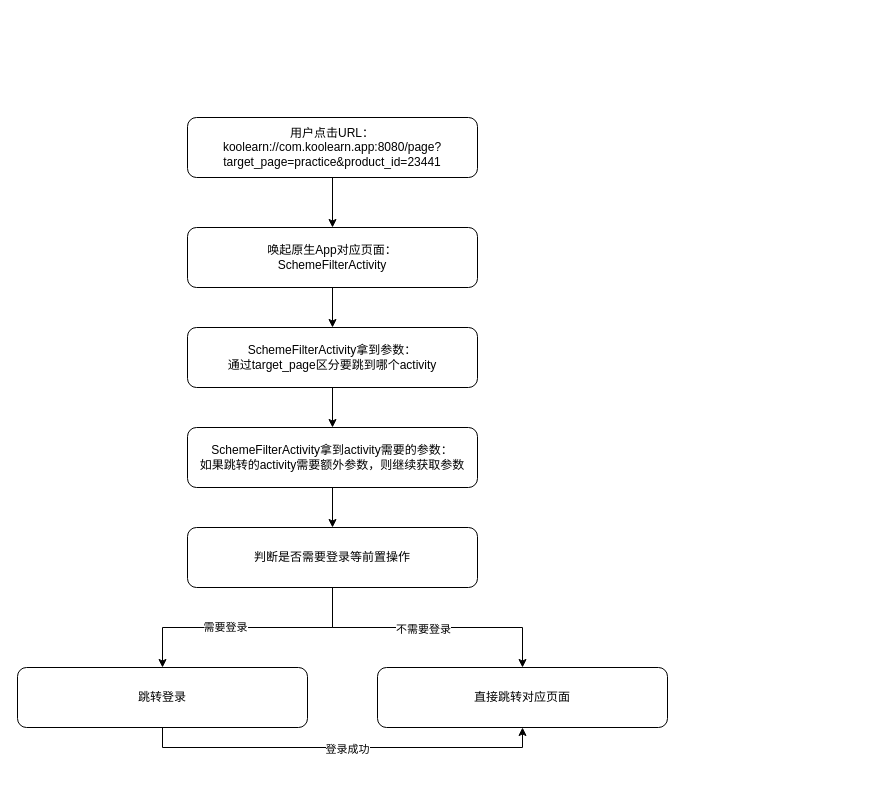
This is Untitled Diagram.drawio from ToTheMoonLee/diagrams, a draw.io file, before an edit. Source tidied: cells renumbered, new cells numbered last; positions are measured from the earlier drawing's top-left corner, leaving out a move shared by most shapes. Both pictures are drawn from the tidied source at 100%, with x=0, y=0 at pixel (17, 117).
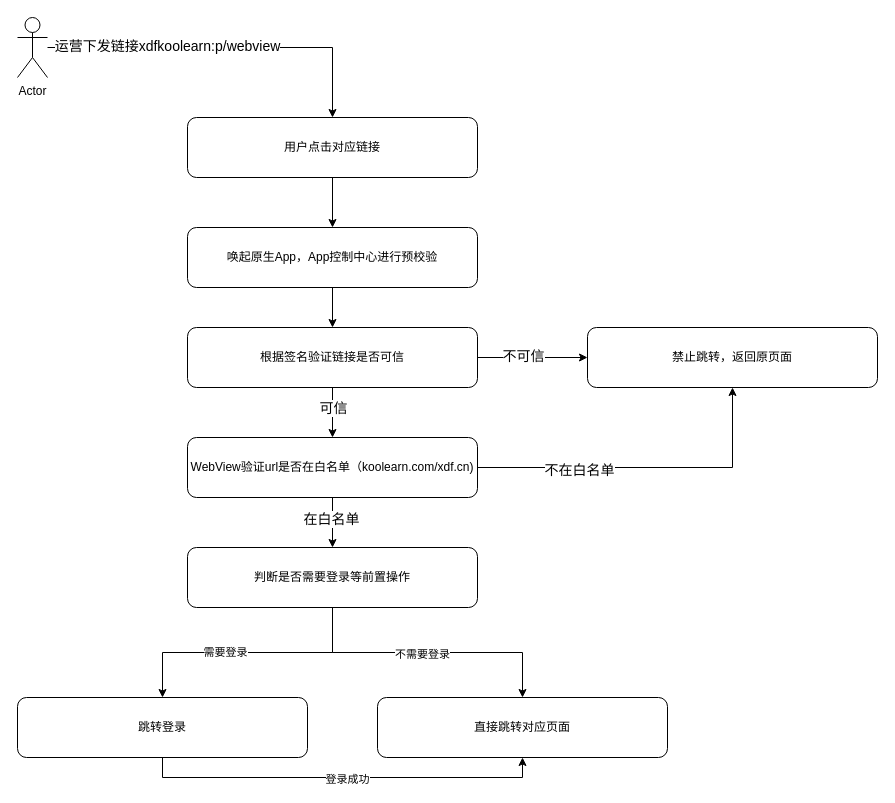
The same page after the edit.

Diff of the diagram source:
```diff
@@
-    <mxCell id="3" value="用户点击URL：&lt;br&gt;koolearn://com.koolearn.app:8080/page?target_page=practice&amp;amp;product_id=23441" style="rounded=1;whiteSpace=wrap;html=1;" parent="1" vertex="1">
+    <mxCell id="3" value="用户点击对应链接" style="rounded=1;whiteSpace=wrap;html=1;" parent="1" vertex="1">
       <mxGeometry x="170" width="290" height="60" as="geometry" />
     </mxCell>
@@
-    <mxCell id="5" value="唤起原生App对应页面：&lt;br&gt;SchemeFilterActivity" style="rounded=1;whiteSpace=wrap;html=1;" parent="1" vertex="1">
+    <mxCell id="5" value="唤起原生App，App控制中心进行预校验" style="rounded=1;whiteSpace=wrap;html=1;" parent="1" vertex="1">
       <mxGeometry x="170" y="110" width="290" height="60" as="geometry" />
     </mxCell>
-    <mxCell id="6" style="edgeStyle=orthogonalEdgeStyle;rounded=0;jettySize=auto;html=1;" parent="1" edge="1" source="7" target="9">
-      <mxGeometry relative="1" as="geometry" />
-    </mxCell>
+    <mxCell id="19" style="edgeStyle=orthogonalEdgeStyle;rounded=0;jettySize=auto;html=1;" parent="1" edge="1" source="7" target="28">
+      <mxGeometry relative="1" as="geometry" />
+    </mxCell>
+    <mxCell id="20" value="&lt;font style=&quot;font-size: 14px;&quot;&gt;不可信&lt;/font&gt;" style="edgeLabel;html=1;align=center;verticalAlign=middle;" parent="19" vertex="1">
+      <mxGeometry x="-0.16" y="2" relative="1" as="geometry">
+        <mxPoint x="-1" as="offset" />
+      </mxGeometry>
+    </mxCell>
+    <mxCell id="21" style="edgeStyle=orthogonalEdgeStyle;rounded=0;jettySize=auto;html=1;" parent="1" edge="1" source="7" target="31">
+      <mxGeometry relative="1" as="geometry" />
+    </mxCell>
+    <mxCell id="22" value="&lt;font style=&quot;font-size: 14px;&quot;&gt;可信&lt;/font&gt;" style="edgeLabel;html=1;align=center;verticalAlign=middle;" parent="21" vertex="1">
+      <mxGeometry x="-0.36" y="1" relative="1" as="geometry">
+        <mxPoint x="-1" y="4" as="offset" />
+      </mxGeometry>
+    </mxCell>
-    <mxCell id="7" value="SchemeFilterActivity拿到参数：&lt;br&gt;通过target_page区分要跳到哪个activity" style="rounded=1;whiteSpace=wrap;html=1;" parent="1" vertex="1">
+    <mxCell id="7" value="根据签名验证链接是否可信" style="rounded=1;whiteSpace=wrap;html=1;" parent="1" vertex="1">
       <mxGeometry x="170" y="210" width="290" height="60" as="geometry" />
     </mxCell>
-    <mxCell id="8" style="edgeStyle=orthogonalEdgeStyle;rounded=0;jettySize=auto;html=1;" parent="1" edge="1" source="9" target="12">
-      <mxGeometry relative="1" as="geometry" />
-    </mxCell>
-    <mxCell id="9" value="SchemeFilterActivity拿到activity需要的参数：&lt;br&gt;如果跳转的activity需要额外参数，则继续获取参数" style="rounded=1;whiteSpace=wrap;html=1;" parent="1" vertex="1">
-      <mxGeometry x="170" y="310" width="290" height="60" as="geometry" />
-    </mxCell>
@@
+    <mxCell id="23" style="edgeStyle=orthogonalEdgeStyle;rounded=0;jettySize=auto;html=1;entryX=0.5;entryY=1;entryDx=0;entryDy=0;exitX=1;exitY=0.5;exitDx=0;exitDy=0;" parent="1" edge="1" source="31" target="28">
+      <mxGeometry relative="1" as="geometry" />
+    </mxCell>
+    <mxCell id="24" value="&lt;font style=&quot;font-size: 14px;&quot;&gt;不在白名单&lt;/font&gt;" style="edgeLabel;html=1;align=center;verticalAlign=middle;" parent="23" vertex="1">
+      <mxGeometry x="-0.4" y="-2" relative="1" as="geometry" />
+    </mxCell>
     <mxCell id="12" value="判断是否需要登录等前置操作" style="rounded=1;whiteSpace=wrap;html=1;" parent="1" vertex="1">
-      <mxGeometry x="170" y="410" width="290" height="60" as="geometry" />
+      <mxGeometry x="170" y="430" width="290" height="60" as="geometry" />
     </mxCell>
     <mxCell id="13" value="跳转登录" style="rounded=1;whiteSpace=wrap;html=1;" parent="1" vertex="1">
-      <mxGeometry y="550" width="290" height="60" as="geometry" />
+      <mxGeometry y="580" width="290" height="60" as="geometry" />
     </mxCell>
     <mxCell id="14" value="直接跳转对应页面" style="rounded=1;whiteSpace=wrap;html=1;" parent="1" vertex="1">
-      <mxGeometry x="360" y="550" width="290" height="60" as="geometry" />
+      <mxGeometry x="360" y="580" width="290" height="60" as="geometry" />
     </mxCell>
@@
+    <mxCell id="25" style="edgeStyle=orthogonalEdgeStyle;rounded=0;jettySize=auto;html=1;entryX=0.5;entryY=0;entryDx=0;entryDy=0;" parent="1" edge="1" source="27" target="3">
+      <mxGeometry relative="1" as="geometry" />
+    </mxCell>
+    <mxCell id="26" value="&lt;font style=&quot;font-size: 14px;&quot;&gt;运营下发链接xdfkoolearn:p/webview&lt;/font&gt;" style="edgeLabel;html=1;align=center;verticalAlign=middle;" parent="25" vertex="1">
+      <mxGeometry x="-0.53" y="2" relative="1" as="geometry">
+        <mxPoint x="36" as="offset" />
+      </mxGeometry>
+    </mxCell>
+    <mxCell id="27" value="Actor" style="shape=umlActor;verticalLabelPosition=bottom;verticalAlign=top;html=1;outlineConnect=0;" parent="1" vertex="1">
+      <mxGeometry y="-100" width="30" height="60" as="geometry" />
+    </mxCell>
+    <mxCell id="28" value="禁止跳转，返回原页面" style="rounded=1;whiteSpace=wrap;html=1;" parent="1" vertex="1">
+      <mxGeometry x="570" y="210" width="290" height="60" as="geometry" />
+    </mxCell>
+    <mxCell id="29" style="edgeStyle=orthogonalEdgeStyle;rounded=0;jettySize=auto;html=1;" parent="1" edge="1" source="31" target="12">
+      <mxGeometry relative="1" as="geometry" />
+    </mxCell>
+    <mxCell id="30" value="&lt;font style=&quot;font-size: 14px;&quot;&gt;在白名单&lt;/font&gt;" style="edgeLabel;html=1;align=center;verticalAlign=middle;" parent="29" vertex="1">
+      <mxGeometry x="-0.16" y="-2" relative="1" as="geometry" />
+    </mxCell>
+    <mxCell id="31" value="WebView验证url是否在白名单（koolearn.com/xdf.cn)" style="rounded=1;whiteSpace=wrap;html=1;" parent="1" vertex="1">
+      <mxGeometry x="170" y="320" width="290" height="60" as="geometry" />
+    </mxCell>
```
